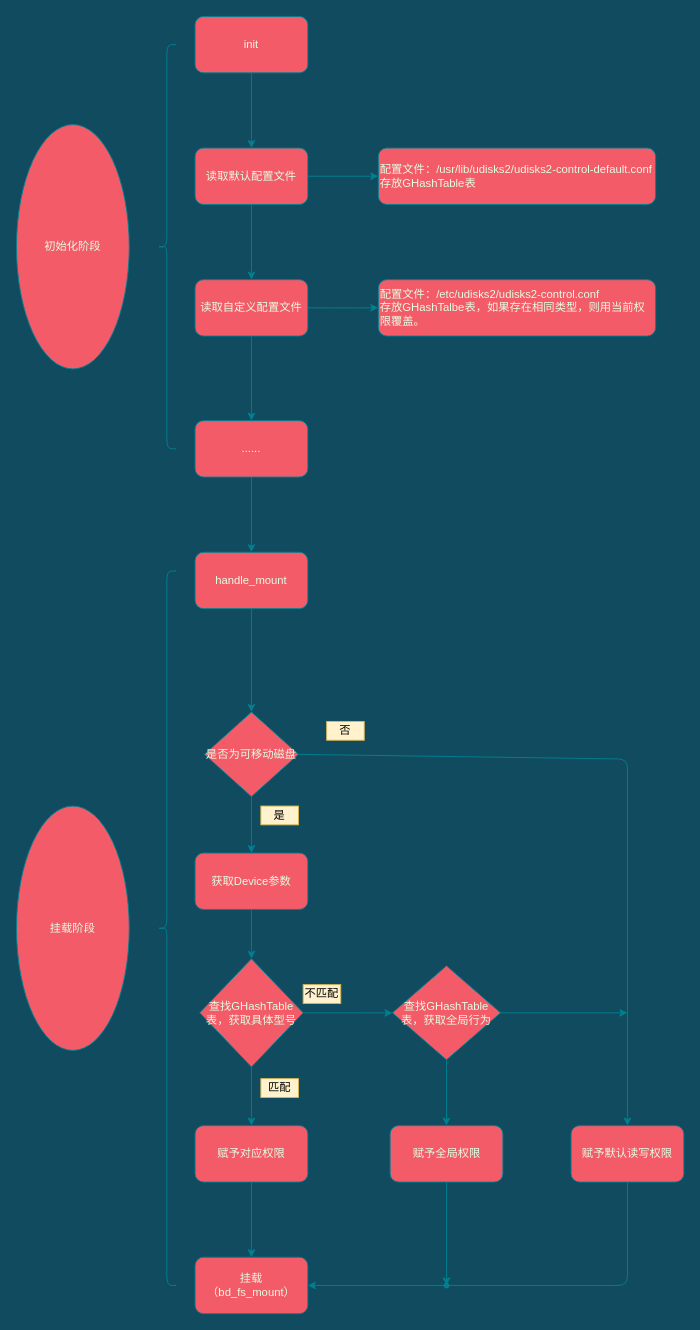
This is udisks2-control.drawio from lishengyu/mk, a draw.io file, before an edit. Source tidied: cells renumbered, new cells numbered last; positions are measured from the earlier drawing's top-left corner, leaving out a move shared by most shapes. Both pictures are drawn from the tidied source at 94%, with x=0, y=0 at pixel (16, 16).
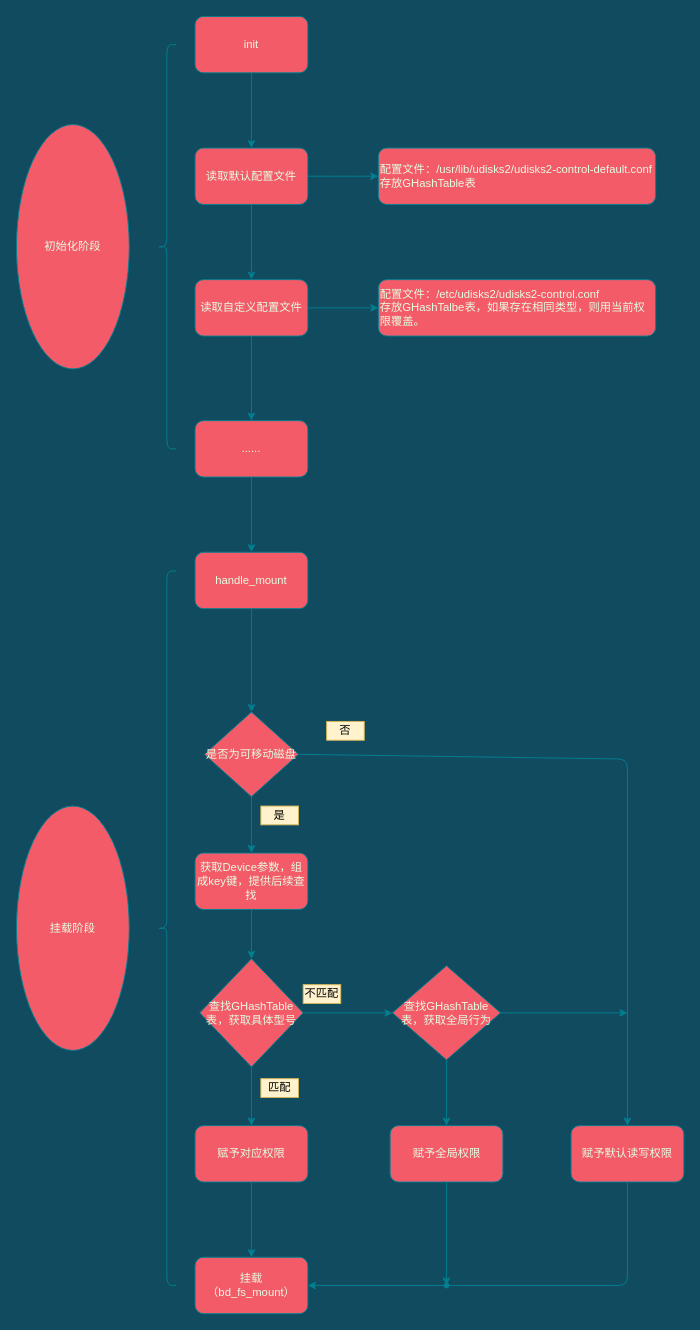
Above is the later version.

Change to the diagram source:
```diff
@@
-    <mxCell id="7" value="获取Device参数" style="rounded=1;whiteSpace=wrap;html=1;fillColor=#F45B69;strokeColor=#028090;fontColor=#E4FDE1;" parent="1" vertex="1">
+    <mxCell id="7" value="获取Device参数，组成key键，提供后续查找" style="rounded=1;whiteSpace=wrap;html=1;fillColor=#F45B69;strokeColor=#028090;fontColor=#E4FDE1;" parent="1" vertex="1">
       <mxGeometry x="190" y="890" width="120" height="60" as="geometry" />
     </mxCell>
```
